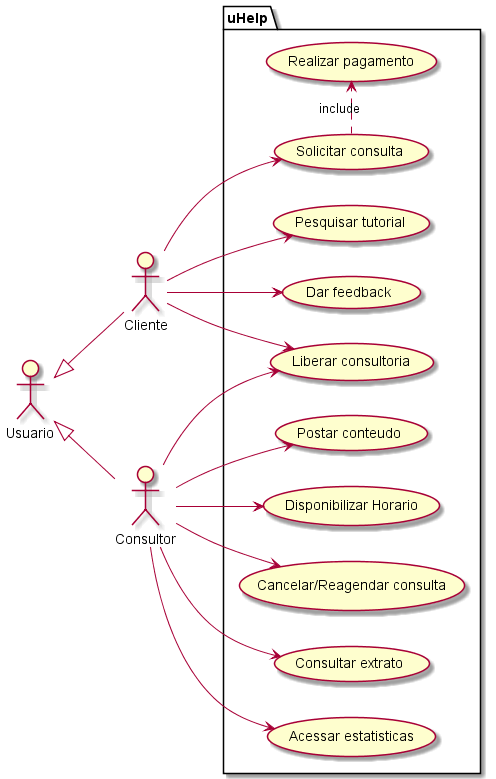
This is docs/usecase/use-cases.png from camycamyha/projetoEngSoftware, a PlantUML export, as it was before one commit. The source it was exported from:
```plantuml
@startuml "use-cases"

left to right direction

actor :Usuario: as Usuario

actor :Cliente: as cli

actor :Consultor: as con

Usuario <|-- cli

Usuario <|-- con

package uHelp {

    usecase "Solicitar consulta" as uc1

    usecase "Pesquisar tutorial" as uc2

    usecase "Dar feedback" as uc3

    usecase "Realizar pagamento" as uc4

    usecase "Liberar consultoria" as uc5

    usecase "Postar conteudo" as uc6

    usecase "Disponibilizar Horario" as uc7

    usecase "Cancelar/Reagendar consulta" as uc8

    usecase "Consultar extrato" as uc9

    usecase "Acessar estatisticas" as uc10

  }

  cli --> uc1

  cli --> uc2

  cli --> uc3

  (uc1) .> (uc4) : include

  cli --> uc5

  con --> uc5

  con --> uc6

  con --> uc7

  con --> uc8

  con --> uc9

  con --> uc10

@enduml
```
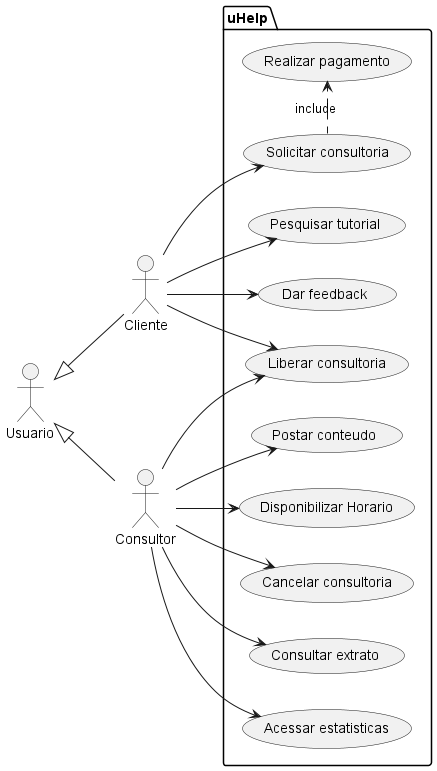
After the commit.

What changed in the source:
```diff
@@ -14,7 +14,7 @@
 
 package uHelp {
 
-    usecase "Solicitar consulta" as uc1
+    usecase "Solicitar consultoria" as uc1
 
     usecase "Pesquisar tutorial" as uc2
 
@@ -28,7 +28,7 @@
 
     usecase "Disponibilizar Horario" as uc7
 
-    usecase "Cancelar/Reagendar consulta" as uc8
+    usecase "Cancelar consultoria" as uc8
 
     usecase "Consultar extrato" as uc9
 
```
